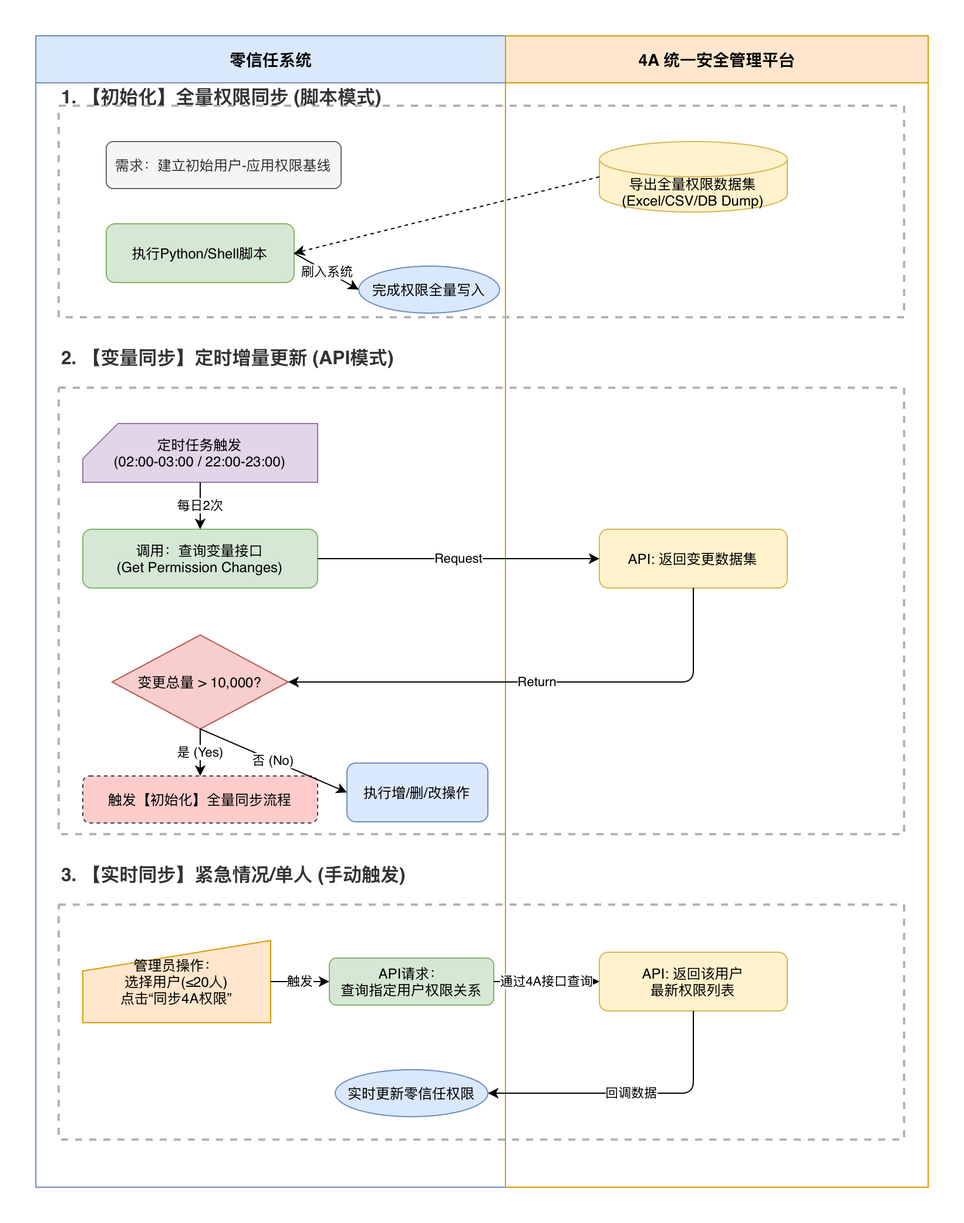
skillre/diagrams_P keeps this draw.io diagram as 零信任-4A权限对接结构图.png. Above is the earlier version. Source tidied: cells renumbered, new cells last; positions are measured from the earlier drawing's top-left corner, leaving out a move shared by most shapes.
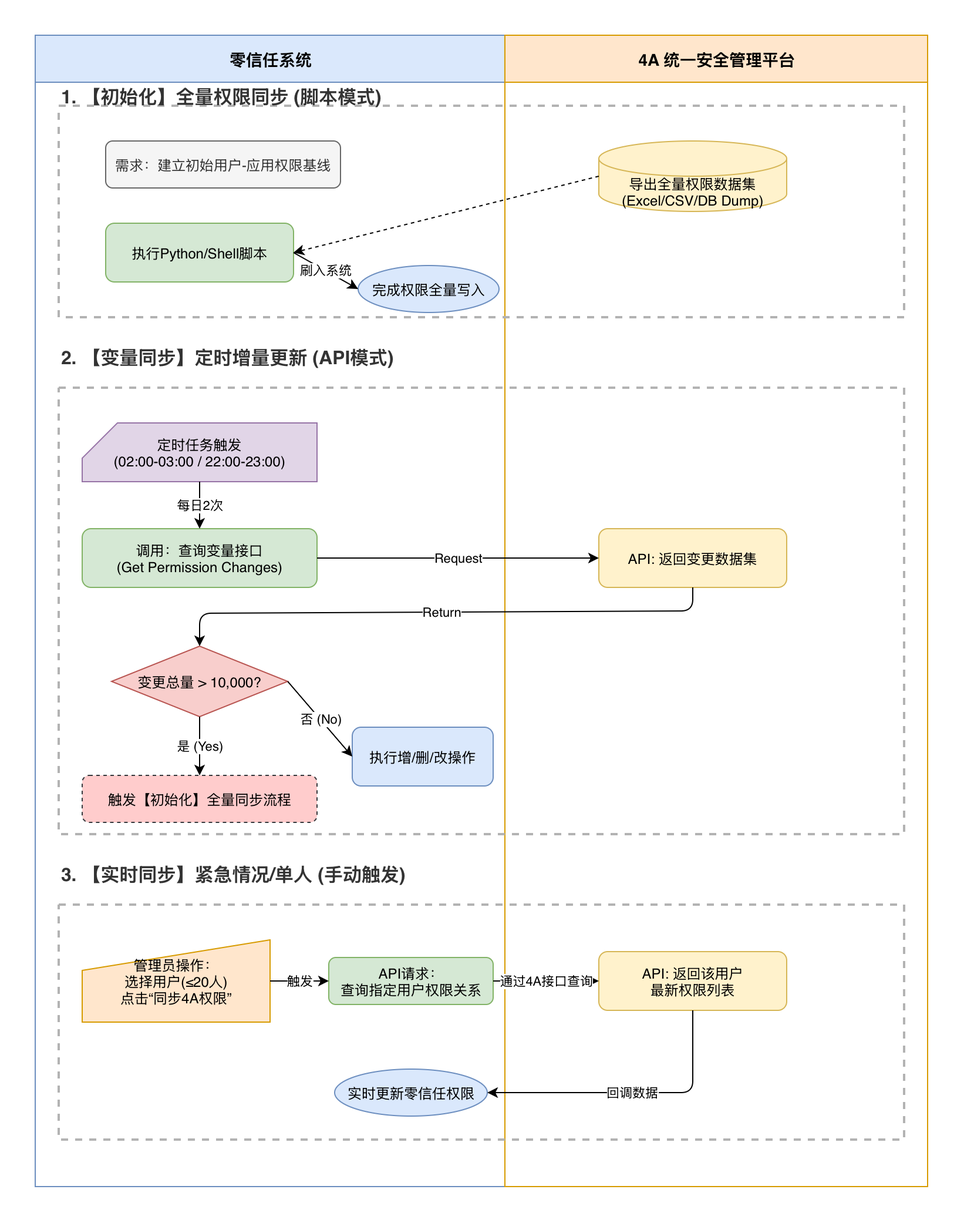
The same diagram one commit later.

Commit message:
更新零信任-4A权限对接结构图.png

The edit, as a diff of the source:
```diff
@@ -48,10 +48,10 @@
       <mxGeometry x="480" y="420" width="160" height="50" as="geometry" />
     </mxCell>
     <mxCell id="17" value="变更总量 &gt; 10,000?" style="rhombus;whiteSpace=wrap;html=1;fillColor=#f8cecc;strokeColor=#b85450;" parent="1" vertex="1">
-      <mxGeometry x="65" y="510" width="150" height="80" as="geometry" />
+      <mxGeometry x="65" y="520" width="150" height="60" as="geometry" />
     </mxCell>
     <mxCell id="18" value="执行增/删/改操作" style="rounded=1;whiteSpace=wrap;html=1;fillColor=#dae8fc;strokeColor=#6c8ebf;" parent="1" vertex="1">
-      <mxGeometry x="265" y="619" width="120" height="50" as="geometry" />
+      <mxGeometry x="270" y="589" width="120" height="50" as="geometry" />
     </mxCell>
     <mxCell id="19" value="触发【初始化】全量同步流程" style="rounded=1;whiteSpace=wrap;html=1;fillColor=#ffcccc;strokeColor=#36393d;dashed=1;" parent="1" vertex="1">
       <mxGeometry x="40" y="630" width="200" height="40" as="geometry" />
@@ -62,14 +62,15 @@
     <mxCell id="21" value="Request" style="endArrow=classic;html=1;exitX=1;exitY=0.5;exitDx=0;exitDy=0;entryX=0;entryY=0.5;entryDx=0;entryDy=0;" parent="1" edge="1" source="15" target="16">
       <mxGeometry relative="1" as="geometry" />
     </mxCell>
-    <mxCell id="22" value="Return" style="endArrow=classic;html=1;exitX=0.5;exitY=1;exitDx=0;exitDy=0;entryX=1;entryY=0.5;entryDx=0;entryDy=0;rounded=1;" parent="1" edge="1" source="16" target="17">
+    <mxCell id="22" value="Return" style="endArrow=classic;html=1;exitX=0.5;exitY=1;exitDx=0;exitDy=0;entryX=0.5;entryY=0;entryDx=0;entryDy=0;rounded=1;" parent="1" edge="1" source="16" target="17">
       <mxGeometry relative="1" as="geometry">
         <Array as="points">
-          <mxPoint x="560" y="550" />
+          <mxPoint x="560" y="490" />
+          <mxPoint x="140" y="492" />
         </Array>
       </mxGeometry>
     </mxCell>
-    <mxCell id="23" value="否 (No)" style="endArrow=classic;html=1;exitX=0.5;exitY=1;exitDx=0;exitDy=0;entryX=0;entryY=0.5;entryDx=0;entryDy=0;" parent="1" edge="1" source="17" target="18">
+    <mxCell id="23" value="否 (No)" style="endArrow=classic;html=1;exitX=1;exitY=0.5;exitDx=0;exitDy=0;entryX=0;entryY=0.5;entryDx=0;entryDy=0;" parent="1" edge="1" source="17" target="18">
       <mxGeometry relative="1" as="geometry" />
     </mxCell>
     <mxCell id="24" value="是 (Yes)" style="endArrow=classic;html=1;exitX=0.5;exitY=1;exitDx=0;exitDy=0;entryX=0.5;entryY=0;entryDx=0;entryDy=0;" parent="1" edge="1" source="17" target="19">
```
